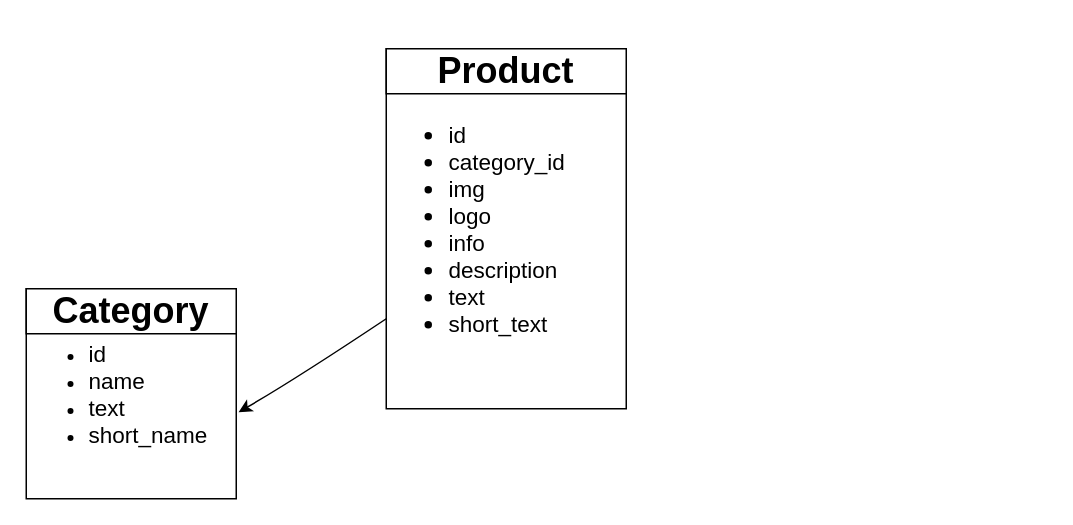
The draw.io diagram Диаграмма без названия.drawio in Rustam8953/cola_, before the edit. Source tidied: cells renumbered, new cells numbered last; positions are measured from the earlier drawing's top-left corner, leaving out a move shared by most shapes. Both pictures are drawn from the tidied source at 150%, with x=0, y=0 at pixel (26, 48).
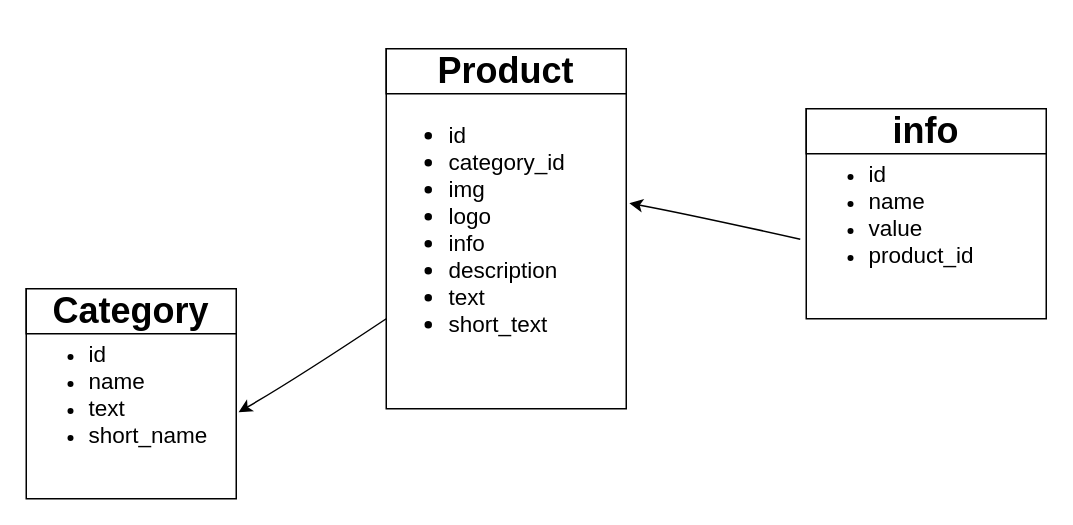
After the change.

Commit message:
Редактирование диаграммы бд

What changed in the source:
```diff
@@
 <mxGraphModel>
   <root>
     <mxCell id="0" />
     <mxCell id="1" parent="0" />
     <mxCell id="2" value="&lt;ul style=&quot;font-size: 15px;&quot;&gt;&lt;li&gt;id&lt;/li&gt;&lt;li&gt;category_id&lt;/li&gt;&lt;li&gt;img&lt;/li&gt;&lt;li&gt;logo&lt;/li&gt;&lt;li&gt;info&lt;/li&gt;&lt;li&gt;description&lt;/li&gt;&lt;li&gt;text&lt;/li&gt;&lt;li&gt;short_text&lt;/li&gt;&lt;/ul&gt;" style="rounded=0;whiteSpace=wrap;html=1;align=left;" parent="1" vertex="1">
       <mxGeometry x="240" width="160" height="240" as="geometry" />
     </mxCell>
     <mxCell id="3" value="&lt;h1&gt;Product&lt;/h1&gt;" style="rounded=0;whiteSpace=wrap;html=1;" parent="1" vertex="1">
       <mxGeometry x="240" width="160" height="30" as="geometry" />
     </mxCell>
     <mxCell id="4" value="&lt;div&gt;&lt;ul&gt;&lt;li&gt;&lt;span style=&quot;font-size: 15px;&quot;&gt;id&lt;/span&gt;&lt;/li&gt;&lt;li&gt;&lt;span style=&quot;font-size: 15px;&quot;&gt;name&lt;/span&gt;&lt;/li&gt;&lt;li&gt;&lt;span style=&quot;font-size: 15px;&quot;&gt;text&lt;/span&gt;&lt;/li&gt;&lt;li&gt;&lt;span style=&quot;font-size: 15px;&quot;&gt;short_name&lt;/span&gt;&lt;/li&gt;&lt;/ul&gt;&lt;/div&gt;" style="rounded=0;whiteSpace=wrap;html=1;align=left;" parent="1" vertex="1">
       <mxGeometry y="160" width="140" height="140" as="geometry" />
     </mxCell>
     <mxCell id="5" value="&lt;h1&gt;Category&lt;/h1&gt;" style="rounded=0;whiteSpace=wrap;html=1;" parent="1" vertex="1">
       <mxGeometry y="160" width="140" height="30" as="geometry" />
     </mxCell>
     <mxCell id="6" style="curved=1;endArrow=classic;html=1;rounded=0;entryX=1.011;entryY=0.588;entryDx=0;entryDy=0;entryPerimeter=0;exitX=0;exitY=0.75;exitDx=0;exitDy=0;" parent="1" edge="1" source="2" target="4">
       <mxGeometry relative="1" as="geometry">
         <Array as="points">
           <mxPoint x="180" y="220" />
         </Array>
       </mxGeometry>
     </mxCell>
+    <mxCell id="7" value="&lt;div&gt;&lt;ul&gt;&lt;li&gt;&lt;span style=&quot;font-size: 15px;&quot;&gt;id&lt;/span&gt;&lt;/li&gt;&lt;li&gt;&lt;span style=&quot;font-size: 15px;&quot;&gt;name&lt;/span&gt;&lt;/li&gt;&lt;li&gt;&lt;span style=&quot;font-size: 15px;&quot;&gt;value&lt;/span&gt;&lt;/li&gt;&lt;li&gt;&lt;span style=&quot;font-size: 15px;&quot;&gt;product_id&lt;/span&gt;&lt;/li&gt;&lt;/ul&gt;&lt;/div&gt;" style="rounded=0;whiteSpace=wrap;html=1;align=left;" parent="1" vertex="1">
+      <mxGeometry x="520" y="40" width="160" height="140" as="geometry" />
+    </mxCell>
+    <mxCell id="8" value="&lt;h1&gt;info&lt;/h1&gt;" style="rounded=0;whiteSpace=wrap;html=1;" parent="1" vertex="1">
+      <mxGeometry x="520" y="40" width="160" height="30" as="geometry" />
+    </mxCell>
+    <mxCell id="9" style="curved=1;endArrow=classic;html=1;rounded=0;exitX=-0.025;exitY=0.621;exitDx=0;exitDy=0;exitPerimeter=0;entryX=1.013;entryY=0.429;entryDx=0;entryDy=0;entryPerimeter=0;" parent="1" edge="1" source="7" target="2">
+      <mxGeometry relative="1" as="geometry">
+        <Array as="points">
+          <mxPoint x="440" y="110" />
+        </Array>
+      </mxGeometry>
+    </mxCell>
   </root>
 </mxGraphModel>
```
